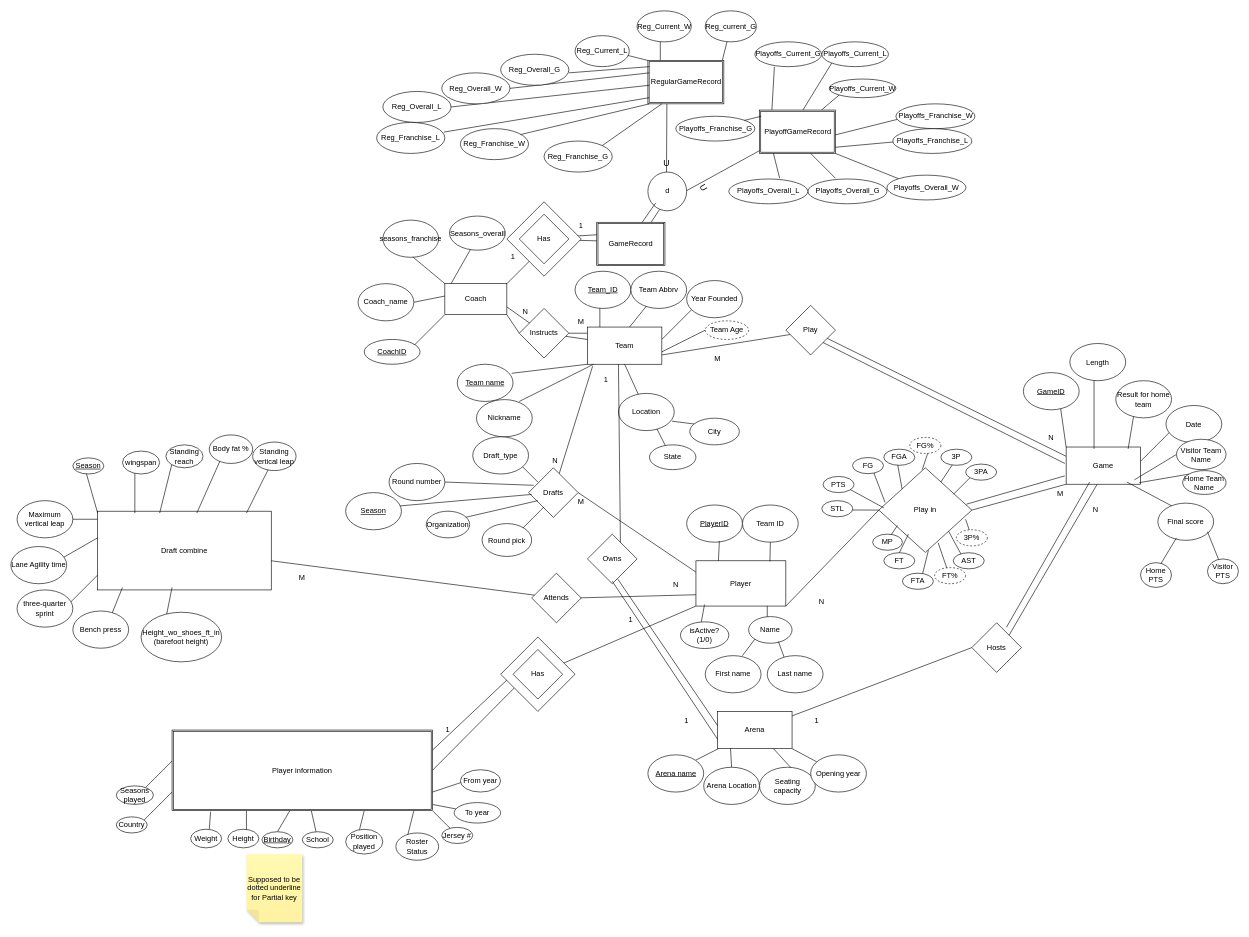
Dylanex1/NBA-2025-Project- keeps this draw.io diagram as Stage 2/Stage 2 EER model.drawio. Above is the earlier version. Source tidied: cells renumbered, new cells numbered last; positions are measured from the earlier drawing's top-left corner, leaving out a move shared by most shapes. Both pictures are drawn from the tidied source at 62%, with x=0, y=0 at pixel (11, 11).
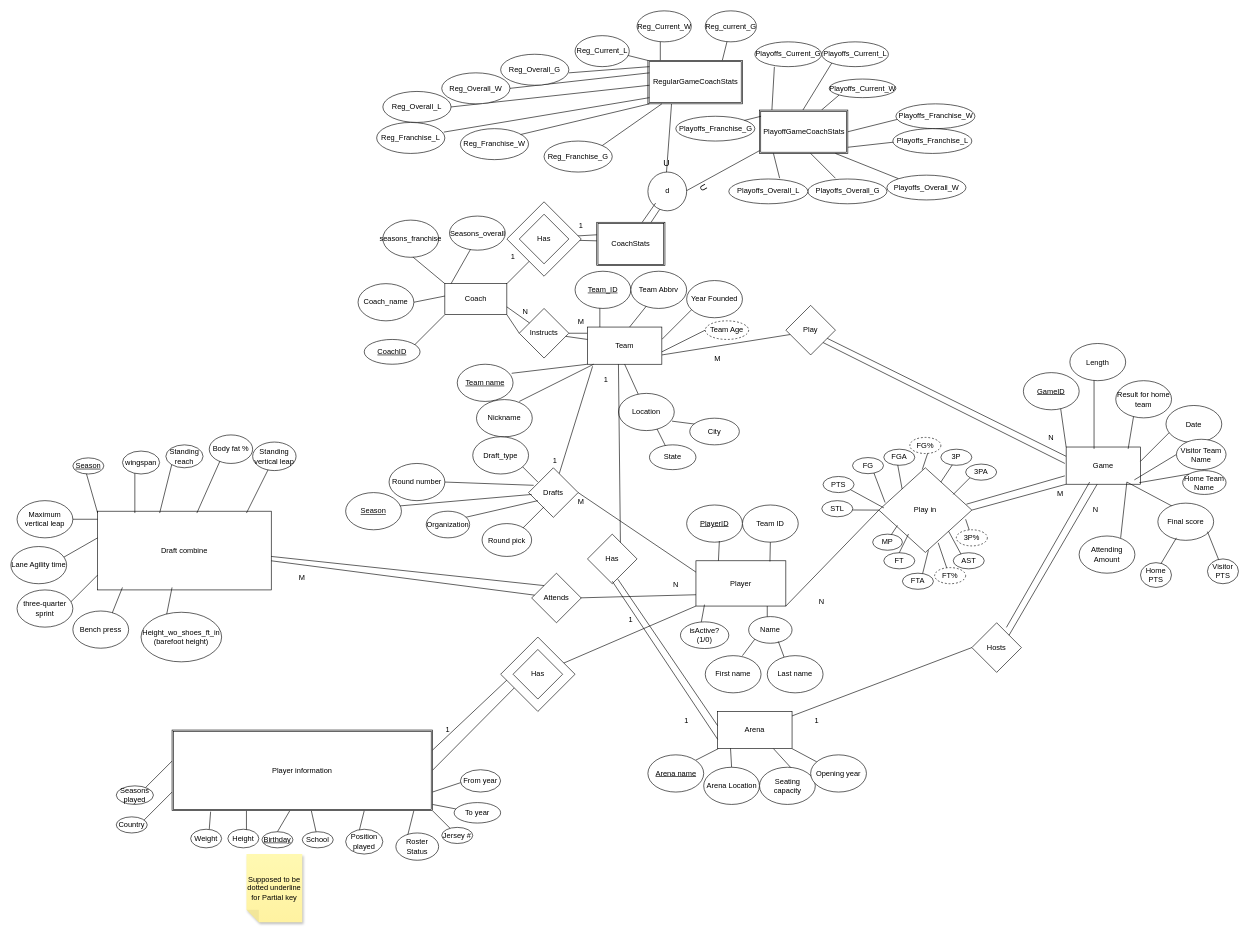
The same page after the edit.

The change refers to these unchanged cells:
```xml
<mxCell id="66" value="Attends" style="rhombus;whiteSpace=wrap;html=1;" parent="1" vertex="1">
  <mxGeometry x="840" y="907" width="80" height="80" as="geometry" />
</mxCell>
```

Change to the diagram source:
```diff
@@
-    <mxCell id="30" value="N" style="text;html=1;align=center;verticalAlign=middle;whiteSpace=wrap;rounded=0;" parent="1" vertex="1">
+    <mxCell id="30" value="1" style="text;html=1;align=center;verticalAlign=middle;whiteSpace=wrap;rounded=0;" parent="1" vertex="1">
       <mxGeometry x="847.5" y="710" width="60" height="30" as="geometry" />
     </mxCell>
@@
-    <mxCell id="78" value="Owns" style="rhombus;whiteSpace=wrap;html=1;" parent="1" vertex="1">
+    <mxCell id="78" value="Has" style="rhombus;whiteSpace=wrap;html=1;" parent="1" vertex="1">
       <mxGeometry x="930" y="844" width="80" height="80" as="geometry" />
     </mxCell>
@@
-    <mxCell id="220" value="RegularGameRecord" style="shape=ext;double=1;rounded=0;whiteSpace=wrap;html=1;" parent="1" vertex="1">
-      <mxGeometry x="1027.5" y="80" width="122.5" height="70" as="geometry" />
+    <mxCell id="220" value="RegularGameCoachStats" style="shape=ext;double=1;rounded=0;whiteSpace=wrap;html=1;" parent="1" vertex="1">
+      <mxGeometry x="1027.5" y="80" width="152.5" height="70" as="geometry" />
     </mxCell>
-    <mxCell id="221" value="PlayoffGameRecord" style="shape=ext;double=1;rounded=0;whiteSpace=wrap;html=1;" parent="1" vertex="1">
-      <mxGeometry x="1207.5" y="160" width="122.5" height="70" as="geometry" />
+    <mxCell id="221" value="PlayoffGameCoachStats" style="shape=ext;double=1;rounded=0;whiteSpace=wrap;html=1;" parent="1" vertex="1">
+      <mxGeometry x="1207.5" y="160" width="142.5" height="70" as="geometry" />
     </mxCell>
-    <mxCell id="222" value="GameRecord" style="shape=ext;double=1;rounded=0;whiteSpace=wrap;html=1;" parent="1" vertex="1">
+    <mxCell id="222" value="CoachStats" style="shape=ext;double=1;rounded=0;whiteSpace=wrap;html=1;" parent="1" vertex="1">
       <mxGeometry x="945" y="341" width="110" height="70" as="geometry" />
     </mxCell>
@@
-    <mxCell id="237" style="endArrow=none;html=1;rounded=0;" parent="1" edge="1">
+    <mxCell id="237" style="endArrow=none;html=1;rounded=0;exitX=1;exitY=0.5;exitDx=0;exitDy=0;" parent="1" edge="1" source="221">
       <mxGeometry relative="1" as="geometry">
-        <mxPoint x="1330" y="200" as="sourcePoint" />
         <mxPoint x="1450" y="170" as="targetPoint" />
       </mxGeometry>
     </mxCell>
     <mxCell id="238" style="endArrow=none;html=1;rounded=0;" parent="1" edge="1">
       <mxGeometry relative="1" as="geometry">
-        <mxPoint x="1330" y="220" as="sourcePoint" />
+        <mxPoint x="1350" y="220" as="sourcePoint" />
         <mxPoint x="1440" y="210" as="targetPoint" />
       </mxGeometry>
     </mxCell>
@@
+    <mxCell id="254" style="endArrow=none;html=1;rounded=0;" parent="1" edge="1">
+      <mxGeometry relative="1" as="geometry">
+        <mxPoint x="1790" y="850" as="sourcePoint" />
+        <mxPoint x="1800" y="760" as="targetPoint" />
+      </mxGeometry>
+    </mxCell>
+    <mxCell id="255" value="Attending Amount" style="ellipse;whiteSpace=wrap;html=1;" parent="1" vertex="1">
+      <mxGeometry x="1723" y="847" width="90" height="60" as="geometry" />
+    </mxCell>
+    <mxCell id="256" style="endArrow=none;html=1;rounded=0;entryX=0;entryY=0;entryDx=0;entryDy=0;" parent="1" edge="1" target="66">
+      <mxGeometry relative="1" as="geometry">
+        <mxPoint x="420" y="880" as="sourcePoint" />
+      </mxGeometry>
+    </mxCell>
```
